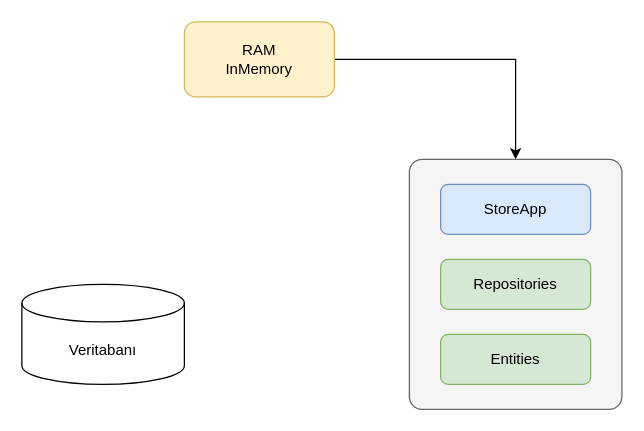
Earlier version of the draw.io diagram page "Sayfa -2" (2 of 3) of drawings.drawio (zcomert/sgk-mvc-egitim). Source tidied: cells renumbered, new cells numbered last; positions are measured from the earlier drawing's top-left corner, leaving out a move shared by most shapes. Both pictures are drawn from the tidied source at 125%, with x=0, y=0 at pixel (21, 21).
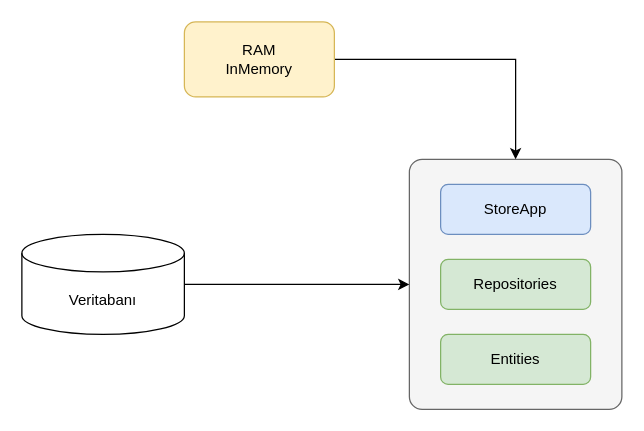
The same diagram, later.

Diff of the diagram source:
```diff
@@
 <mxGraphModel>
   <root>
     <mxCell id="0" />
     <mxCell id="1" parent="0" />
     <mxCell id="2" style="rounded=1;whiteSpace=wrap;html=1;arcSize=6;fillColor=#f5f5f5;strokeColor=#666666;fontColor=#333333;" parent="1" vertex="1">
       <mxGeometry x="310" y="110" width="170" height="200" as="geometry" />
     </mxCell>
+    <mxCell id="9" style="edgeStyle=orthogonalEdgeStyle;rounded=0;jettySize=auto;html=1;entryX=0;entryY=0.5;entryDx=0;entryDy=0;" parent="1" edge="1" source="3" target="2">
+      <mxGeometry relative="1" as="geometry" />
+    </mxCell>
     <mxCell id="3" value="Veritabanı" style="shape=cylinder3;whiteSpace=wrap;html=1;boundedLbl=1;backgroundOutline=1;size=15;" parent="1" vertex="1">
-      <mxGeometry y="210" width="130" height="80" as="geometry" />
+      <mxGeometry y="170" width="130" height="80" as="geometry" />
     </mxCell>
     <mxCell id="4" style="edgeStyle=orthogonalEdgeStyle;rounded=0;jettySize=auto;html=1;exitX=1;exitY=0.5;exitDx=0;exitDy=0;" parent="1" edge="1" source="5" target="2">
       <mxGeometry relative="1" as="geometry" />
     </mxCell>
     <mxCell id="5" value="RAM&lt;br&gt;InMemory" style="rounded=1;whiteSpace=wrap;html=1;fillColor=#fff2cc;strokeColor=#d6b656;" parent="1" vertex="1">
       <mxGeometry x="130" width="120" height="60" as="geometry" />
     </mxCell>
     <mxCell id="6" value="Entities" style="rounded=1;whiteSpace=wrap;html=1;fillColor=#d5e8d4;strokeColor=#82b366;" parent="1" vertex="1">
       <mxGeometry x="335" y="250" width="120" height="40" as="geometry" />
     </mxCell>
     <mxCell id="7" value="StoreApp" style="rounded=1;whiteSpace=wrap;html=1;fillColor=#dae8fc;strokeColor=#6c8ebf;" parent="1" vertex="1">
       <mxGeometry x="335" y="130" width="120" height="40" as="geometry" />
     </mxCell>
     <mxCell id="8" value="Repositories" style="rounded=1;whiteSpace=wrap;html=1;fillColor=#d5e8d4;strokeColor=#82b366;" parent="1" vertex="1">
       <mxGeometry x="335" y="190" width="120" height="40" as="geometry" />
     </mxCell>
   </root>
 </mxGraphModel>
```
